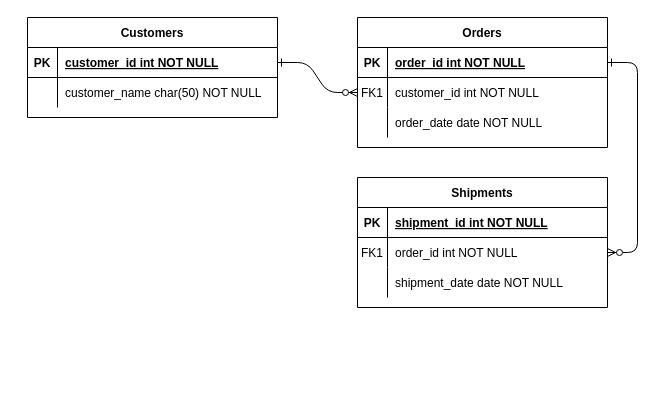
This is doc/Untitled Diagram.drawio from BnL-GIS-Leitungsstelle/GDALCoreLib, a draw.io file, before an edit. Source tidied: cells renumbered, new cells numbered last; positions are measured from the earlier drawing's top-left corner, leaving out a move shared by most shapes. Both pictures are drawn from the tidied source at 100%, with x=0, y=0 at pixel (27, 17).
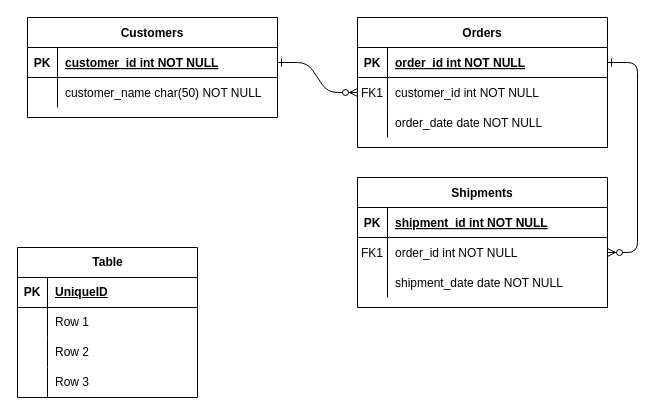
The same page after the edit.

The edit, as a diff of the source:
```diff
@@
+    <mxCell id="31" value="Table" style="shape=table;startSize=30;childLayout=tableLayout;rowLines=0;fontStyle=1;align=center;html=1;" parent="1" vertex="1">
+      <mxGeometry x="-10" y="230" width="180" height="150" as="geometry" />
+    </mxCell>
+    <mxCell id="32" style="shape=tableRow;horizontal=0;startSize=0;swimlaneHead=0;swimlaneBody=0;fillColor=none;top=0;left=0;right=0;bottom=1;" parent="31" vertex="1">
+      <mxGeometry y="30" width="180" height="30" as="geometry" />
+    </mxCell>
+    <mxCell id="33" value="PK" style="shape=partialRectangle;fillColor=none;top=0;left=0;bottom=0;right=0;fontStyle=1;overflow=hidden;whiteSpace=wrap;html=1;" parent="32" vertex="1">
+      <mxGeometry width="30" height="30" as="geometry" />
+    </mxCell>
+    <mxCell id="34" value="UniqueID" style="shape=partialRectangle;fillColor=none;top=0;left=0;bottom=0;right=0;align=left;spacingLeft=6;fontStyle=5;overflow=hidden;whiteSpace=wrap;html=1;" parent="32" vertex="1">
+      <mxGeometry x="30" width="150" height="30" as="geometry" />
+    </mxCell>
+    <mxCell id="35" style="shape=tableRow;horizontal=0;startSize=0;swimlaneHead=0;swimlaneBody=0;fillColor=none;top=0;left=0;right=0;bottom=0;" parent="31" vertex="1">
+      <mxGeometry y="60" width="180" height="30" as="geometry" />
+    </mxCell>
+    <mxCell id="36" style="shape=partialRectangle;fillColor=none;top=0;left=0;bottom=0;right=0;overflow=hidden;whiteSpace=wrap;html=1;" parent="35" vertex="1">
+      <mxGeometry width="30" height="30" as="geometry" />
+    </mxCell>
+    <mxCell id="37" value="Row 1" style="shape=partialRectangle;fillColor=none;top=0;left=0;bottom=0;right=0;align=left;spacingLeft=6;overflow=hidden;whiteSpace=wrap;html=1;" parent="35" vertex="1">
+      <mxGeometry x="30" width="150" height="30" as="geometry" />
+    </mxCell>
+    <mxCell id="38" style="shape=tableRow;horizontal=0;startSize=0;swimlaneHead=0;swimlaneBody=0;fillColor=none;top=0;left=0;right=0;bottom=0;" parent="31" vertex="1">
+      <mxGeometry y="90" width="180" height="30" as="geometry" />
+    </mxCell>
+    <mxCell id="39" style="shape=partialRectangle;fillColor=none;top=0;left=0;bottom=0;right=0;overflow=hidden;whiteSpace=wrap;html=1;" parent="38" vertex="1">
+      <mxGeometry width="30" height="30" as="geometry" />
+    </mxCell>
+    <mxCell id="40" value="Row 2" style="shape=partialRectangle;fillColor=none;top=0;left=0;bottom=0;right=0;align=left;spacingLeft=6;overflow=hidden;whiteSpace=wrap;html=1;" parent="38" vertex="1">
+      <mxGeometry x="30" width="150" height="30" as="geometry" />
+    </mxCell>
+    <mxCell id="41" style="shape=tableRow;horizontal=0;startSize=0;swimlaneHead=0;swimlaneBody=0;fillColor=none;top=0;left=0;right=0;bottom=0;" parent="31" vertex="1">
+      <mxGeometry y="120" width="180" height="30" as="geometry" />
+    </mxCell>
+    <mxCell id="42" style="shape=partialRectangle;fillColor=none;top=0;left=0;bottom=0;right=0;overflow=hidden;whiteSpace=wrap;html=1;" parent="41" vertex="1">
+      <mxGeometry width="30" height="30" as="geometry" />
+    </mxCell>
+    <mxCell id="43" value="Row 3" style="shape=partialRectangle;fillColor=none;top=0;left=0;bottom=0;right=0;align=left;spacingLeft=6;overflow=hidden;whiteSpace=wrap;html=1;" parent="41" vertex="1">
+      <mxGeometry x="30" width="150" height="30" as="geometry" />
+    </mxCell>
```
